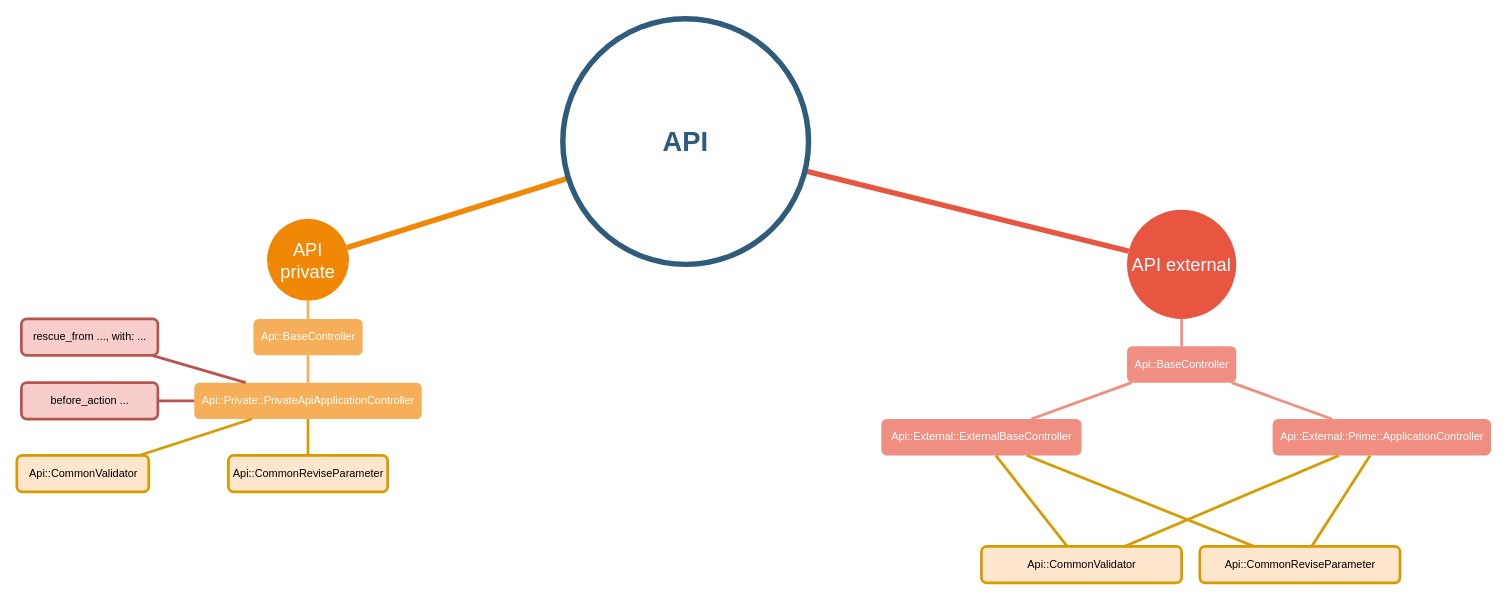
Before: UML_drawer/API.drawio in namnguyen5902/UML_drawer, a draw.io diagram. Source tidied: cells renumbered, new cells numbered last; positions are measured from the earlier drawing's top-left corner, leaving out a move shared by most shapes. Both pictures are drawn from the tidied source at 91%, with x=0, y=0 at pixel (16, 18).
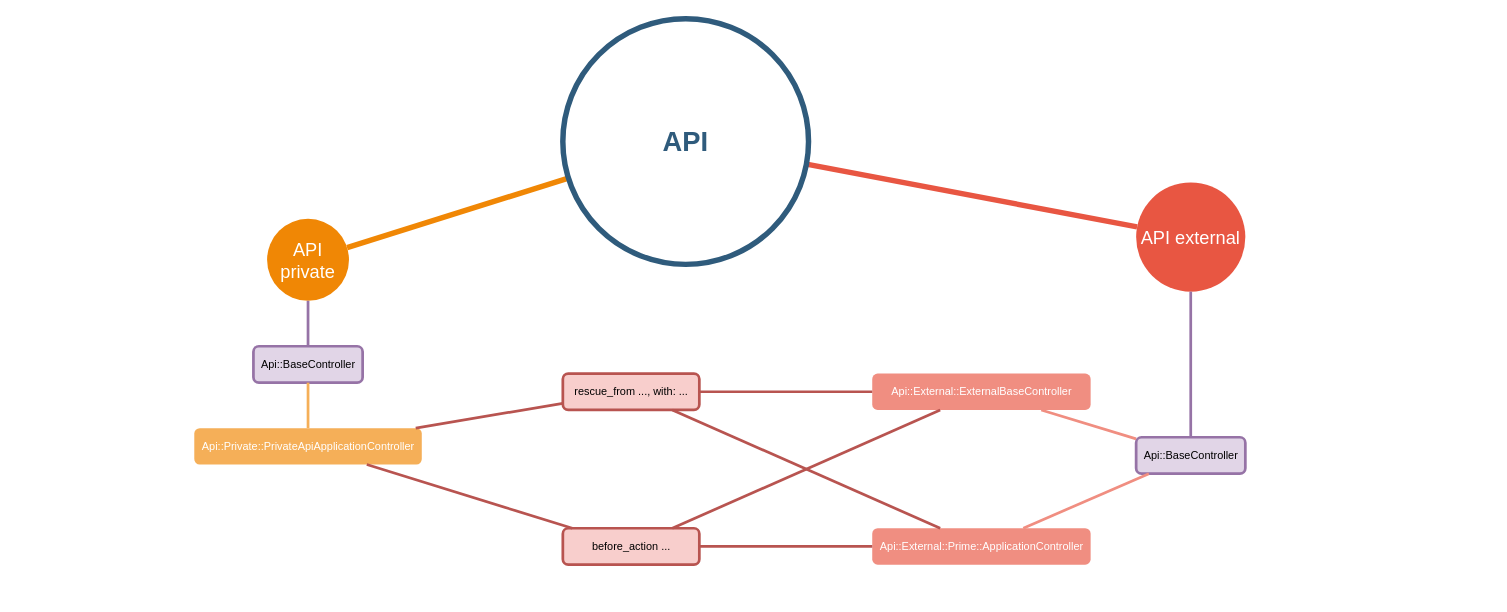
The same page after the edit.

Unchanged cells that the change refers to:
```xml
<mxCell id="2" value="API private" style="ellipse;whiteSpace=wrap;html=1;shadow=0;fontFamily=Helvetica;fontSize=20;fontColor=#FFFFFF;align=center;strokeWidth=3;fillColor=#F08705;strokeColor=none;gradientColor=none;" parent="1" vertex="1">
  <mxGeometry x="275" y="220" width="90" height="90" as="geometry" />
</mxCell>
```

The edit, as a diff of the source:
```diff
@@
     <mxCell id="3" value="API external" style="ellipse;whiteSpace=wrap;html=1;shadow=0;fontFamily=Helvetica;fontSize=20;fontColor=#FFFFFF;align=center;strokeWidth=3;fillColor=#E85642;strokeColor=none;" parent="1" vertex="1">
-      <mxGeometry x="1220" y="210" width="120" height="120" as="geometry" />
+      <mxGeometry x="1230" y="180" width="120" height="120" as="geometry" />
     </mxCell>
@@
-    <mxCell id="6" value="&lt;div&gt;Api::BaseController&lt;br&gt;&lt;/div&gt;" style="rounded=1;fillColor=#f5af58;strokeColor=none;strokeWidth=3;shadow=0;html=1;fontColor=#FFFFFF;" parent="1" vertex="1">
-      <mxGeometry x="260" y="330" width="120" height="40" as="geometry" />
+    <mxCell id="6" value="&lt;div&gt;Api::BaseController&lt;br&gt;&lt;/div&gt;" style="rounded=1;fillColor=#e1d5e7;strokeColor=#9673a6;strokeWidth=3;shadow=0;html=1;" parent="1" vertex="1">
+      <mxGeometry x="260" y="360" width="120" height="40" as="geometry" />
     </mxCell>
-    <mxCell id="7" style="edgeStyle=none;endArrow=none;strokeWidth=3;strokeColor=#F5AF58;html=1;" parent="1" edge="1" source="2" target="6">
+    <mxCell id="7" style="edgeStyle=none;endArrow=none;strokeWidth=3;strokeColor=#9673a6;html=1;fillColor=#e1d5e7;" parent="1" edge="1" source="2" target="6">
       <mxGeometry x="3.5" y="21.5" as="geometry" />
     </mxCell>
     <mxCell id="8" value="Api::External::ExternalBaseController" style="rounded=1;fillColor=#f08e81;strokeColor=none;strokeWidth=3;shadow=0;html=1;fontColor=#FFFFFF;" parent="1" vertex="1">
-      <mxGeometry x="950" y="440" width="220" height="40" as="geometry" />
+      <mxGeometry x="940" y="390" width="240" height="40" as="geometry" />
     </mxCell>
-    <mxCell id="9" value="Api::BaseController" style="rounded=1;fillColor=#f08e81;strokeColor=none;strokeWidth=3;shadow=0;html=1;fontColor=#FFFFFF;" parent="1" vertex="1">
-      <mxGeometry x="1220" y="360" width="120" height="40" as="geometry" />
+    <mxCell id="9" value="Api::BaseController" style="rounded=1;fillColor=#e1d5e7;strokeColor=#9673a6;strokeWidth=3;shadow=0;html=1;" parent="1" vertex="1">
+      <mxGeometry x="1230" y="460" width="120" height="40" as="geometry" />
     </mxCell>
-    <mxCell id="10" style="edgeStyle=none;endArrow=none;strokeWidth=3;strokeColor=#F08E81;html=1;" parent="1" edge="1" source="3" target="9">
+    <mxCell id="10" style="edgeStyle=none;endArrow=none;strokeWidth=3;strokeColor=#9673a6;html=1;fillColor=#e1d5e7;" parent="1" edge="1" source="3" target="9">
       <mxGeometry x="31" y="106.5" as="geometry" />
     </mxCell>
     <mxCell id="11" style="edgeStyle=orthogonalEdgeStyle;rounded=0;html=1;exitX=0.75;exitY=0;entryX=0.75;entryY=0;startArrow=none;startFill=0;endArrow=block;endFill=1;jettySize=auto;orthogonalLoop=1;strokeColor=#12aab5;strokeWidth=6;fontSize=20;fontColor=#2F5B7C;" parent="1" edge="1">
       <mxGeometry relative="1" as="geometry">
-        <mxPoint x="970" y="625" as="sourcePoint" />
-        <mxPoint x="970" y="625" as="targetPoint" />
+        <mxPoint x="970" y="505" as="sourcePoint" />
+        <mxPoint x="970" y="505" as="targetPoint" />
       </mxGeometry>
     </mxCell>
@@
     <mxCell id="13" value="&lt;div&gt;Api::Private::PrivateApiApplicationController&lt;br&gt;&lt;/div&gt;" style="rounded=1;fillColor=#f5af58;strokeColor=none;strokeWidth=3;shadow=0;html=1;fontColor=#FFFFFF;" parent="1" vertex="1">
-      <mxGeometry x="195" y="400" width="250" height="40" as="geometry" />
+      <mxGeometry x="195" y="450" width="250" height="40" as="geometry" />
     </mxCell>
@@
-    <mxCell id="15" value="&lt;div&gt;Api::CommonReviseParameter&lt;br&gt;&lt;/div&gt;" style="rounded=1;fillColor=#ffe6cc;strokeColor=#d79b00;strokeWidth=3;shadow=0;html=1;" parent="1" vertex="1">
-      <mxGeometry x="232.5" y="480" width="175" height="40" as="geometry" />
-    </mxCell>
-    <mxCell id="16" style="edgeStyle=none;endArrow=none;strokeWidth=3;strokeColor=#d79b00;html=1;fillColor=#ffe6cc;" parent="1" edge="1" source="13" target="15">
-      <mxGeometry x="3.5" y="21.5" as="geometry" />
-    </mxCell>
-    <mxCell id="17" value="&lt;div&gt;Api::CommonValidator&lt;br&gt;&lt;/div&gt;" style="rounded=1;fillColor=#ffe6cc;strokeColor=#d79b00;strokeWidth=3;shadow=0;html=1;" parent="1" vertex="1">
-      <mxGeometry y="480" width="145" height="40" as="geometry" />
-    </mxCell>
-    <mxCell id="18" style="edgeStyle=none;endArrow=none;strokeWidth=3;strokeColor=#d79b00;html=1;fillColor=#ffe6cc;" parent="1" edge="1" source="13" target="17">
-      <mxGeometry x="3.5" y="21.5" as="geometry" />
-    </mxCell>
     <mxCell id="19" value="&lt;div&gt;rescue_from ..., with: ...&lt;br&gt;&lt;/div&gt;" style="rounded=1;fillColor=#f8cecc;strokeColor=#b85450;strokeWidth=3;shadow=0;html=1;" parent="1" vertex="1">
-      <mxGeometry x="5" y="330" width="150" height="40" as="geometry" />
+      <mxGeometry x="600" y="390" width="150" height="40" as="geometry" />
     </mxCell>
@@
     <mxCell id="21" value="&lt;div&gt;before_action ...&lt;br&gt;&lt;/div&gt;" style="rounded=1;fillColor=#f8cecc;strokeColor=#b85450;strokeWidth=3;shadow=0;html=1;" parent="1" vertex="1">
-      <mxGeometry x="5" y="400" width="150" height="40" as="geometry" />
+      <mxGeometry x="600" y="560" width="150" height="40" as="geometry" />
     </mxCell>
@@
     <mxCell id="23" value="Api::External::Prime::ApplicationController" style="rounded=1;fillColor=#f08e81;strokeColor=none;strokeWidth=3;shadow=0;html=1;fontColor=#FFFFFF;" parent="1" vertex="1">
-      <mxGeometry x="1380" y="440" width="240" height="40" as="geometry" />
+      <mxGeometry x="940" y="560" width="240" height="40" as="geometry" />
     </mxCell>
@@
-    <mxCell id="26" style="edgeStyle=none;endArrow=none;strokeWidth=3;strokeColor=#d79b00;html=1;fillColor=#ffe6cc;" parent="1" edge="1" source="8" target="27">
-      <mxGeometry x="31" y="106.5" as="geometry" />
-    </mxCell>
-    <mxCell id="27" value="Api::CommonValidator" style="rounded=1;fillColor=#ffe6cc;strokeColor=#d79b00;strokeWidth=3;shadow=0;html=1;" parent="1" vertex="1">
-      <mxGeometry x="1060" y="580" width="220" height="40" as="geometry" />
-    </mxCell>
-    <mxCell id="28" value="Api::CommonReviseParameter" style="rounded=1;fillColor=#ffe6cc;strokeColor=#d79b00;strokeWidth=3;shadow=0;html=1;" parent="1" vertex="1">
-      <mxGeometry x="1300" y="580" width="220" height="40" as="geometry" />
-    </mxCell>
-    <mxCell id="29" style="edgeStyle=none;endArrow=none;strokeWidth=3;strokeColor=#d79b00;html=1;fillColor=#ffe6cc;" parent="1" edge="1" source="8" target="28">
-      <mxGeometry x="31" y="106.5" as="geometry" />
-    </mxCell>
-    <mxCell id="30" style="edgeStyle=none;endArrow=none;strokeWidth=3;strokeColor=#d79b00;html=1;fillColor=#ffe6cc;" parent="1" edge="1" source="23" target="28">
-      <mxGeometry x="31" y="106.5" as="geometry" />
-    </mxCell>
-    <mxCell id="31" style="edgeStyle=none;endArrow=none;strokeWidth=3;strokeColor=#d79b00;html=1;fillColor=#ffe6cc;" parent="1" edge="1" source="23" target="27">
-      <mxGeometry x="31" y="106.5" as="geometry" />
-    </mxCell>
+    <mxCell id="32" style="edgeStyle=none;endArrow=none;strokeWidth=3;strokeColor=#b85450;html=1;fillColor=#f8cecc;" parent="1" edge="1" source="8" target="19">
+      <mxGeometry x="3.5" y="21.5" as="geometry" />
+    </mxCell>
+    <mxCell id="33" style="edgeStyle=none;endArrow=none;strokeWidth=3;strokeColor=#b85450;html=1;fillColor=#f8cecc;" parent="1" edge="1" source="8" target="21">
+      <mxGeometry x="3.5" y="21.5" as="geometry" />
+    </mxCell>
+    <mxCell id="34" style="edgeStyle=none;endArrow=none;strokeWidth=3;strokeColor=#b85450;html=1;fillColor=#f8cecc;" parent="1" edge="1" source="23" target="19">
+      <mxGeometry x="3.5" y="21.5" as="geometry" />
+    </mxCell>
+    <mxCell id="35" style="edgeStyle=none;endArrow=none;strokeWidth=3;strokeColor=#b85450;html=1;fillColor=#f8cecc;" parent="1" edge="1" source="23" target="21">
+      <mxGeometry x="3.5" y="21.5" as="geometry" />
+    </mxCell>
```
